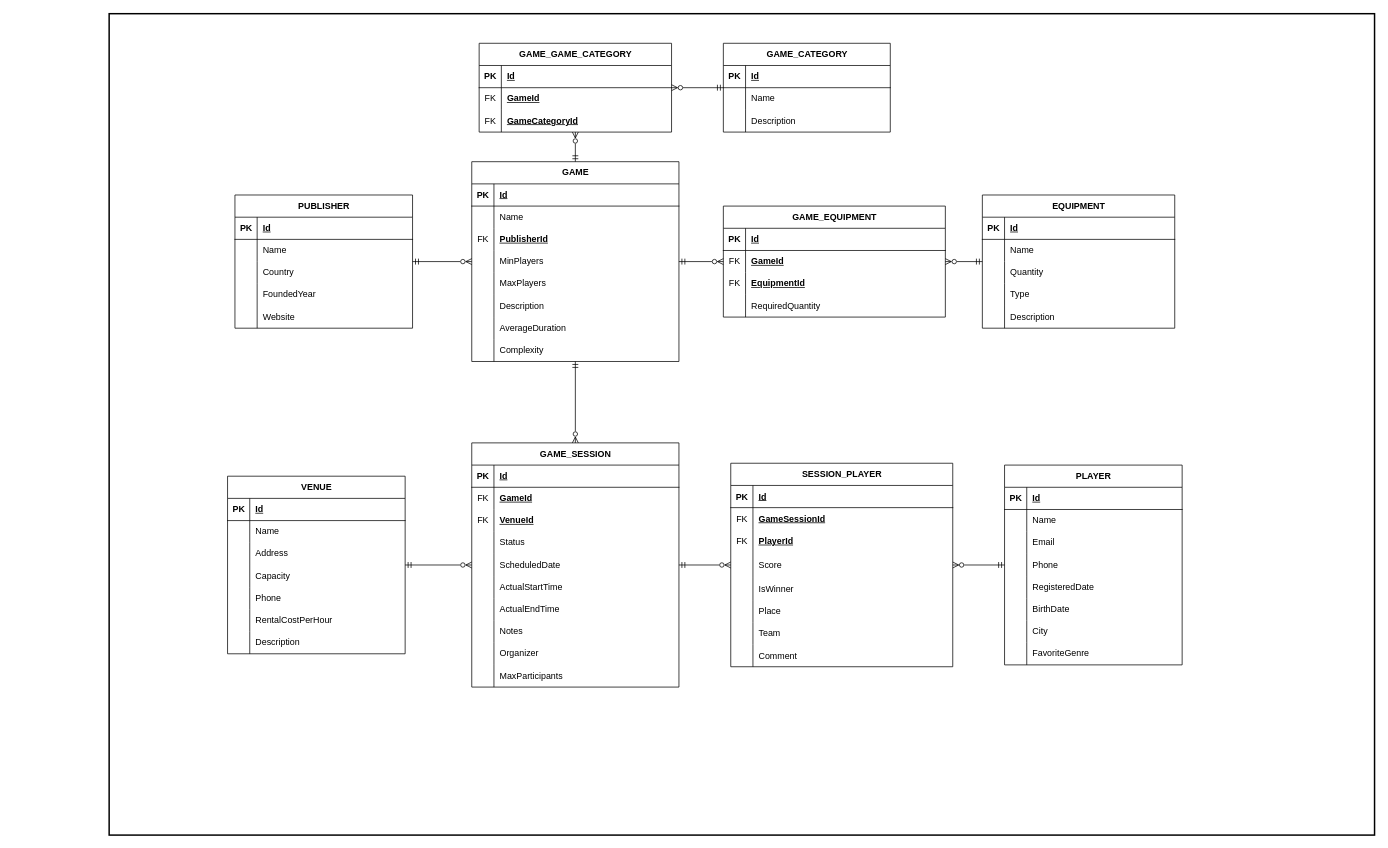
Earlier version of the draw.io diagram page "2. Диаграмма Мартина (Crow's Foot)" (2 of 3) of отчет/диаграммы.drawio (akostt/games-sharp). Source tidied: cells renumbered, new cells numbered last; positions are measured from the earlier drawing's top-left corner, leaving out a move shared by most shapes. Both pictures are drawn from the tidied source at 74%, with x=0, y=0 at pixel (109, 13).
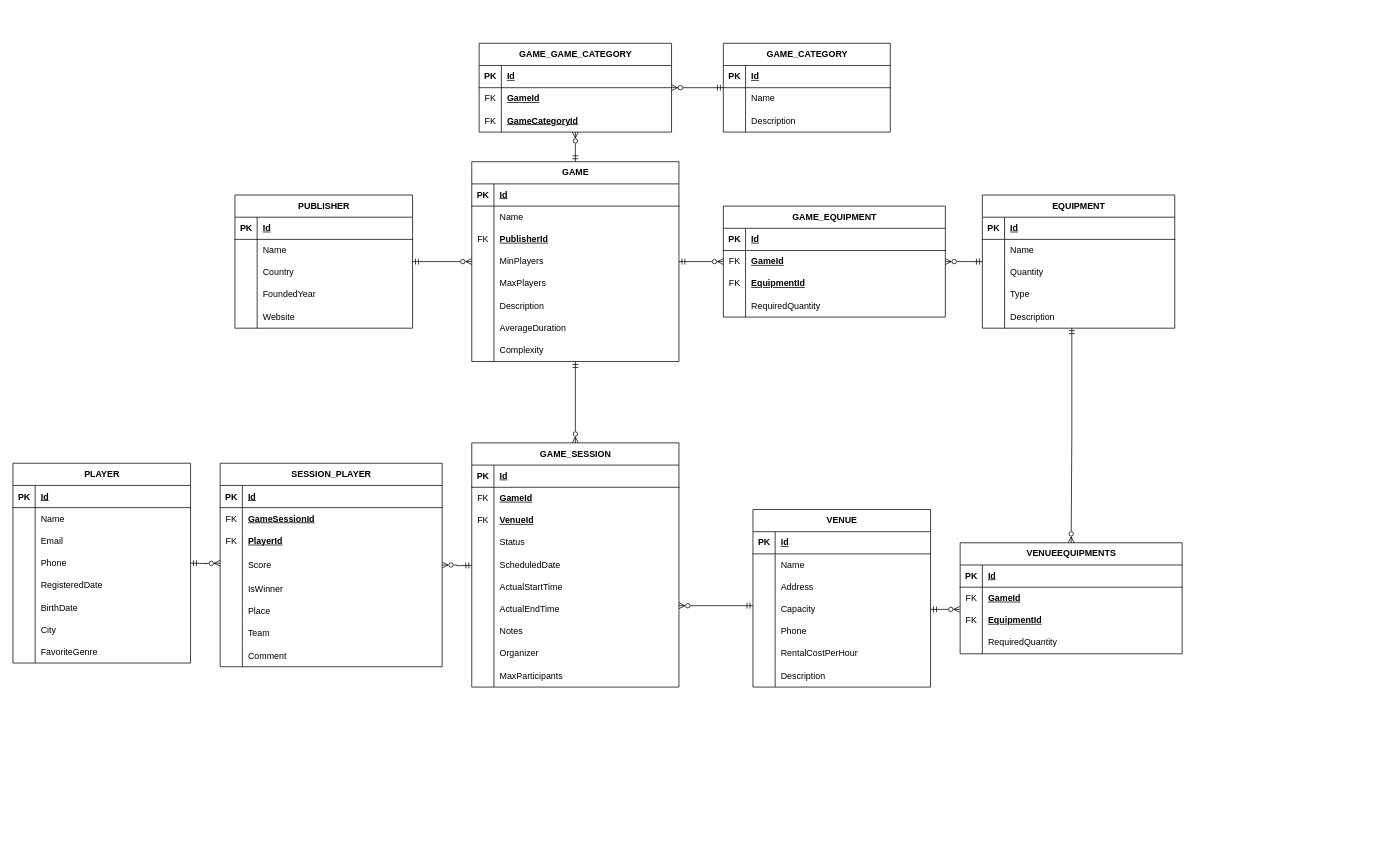
The same page after the edit.

The change refers to these unchanged cells:
```xml
<mxCell id="67" style="shape=tableRow;horizontal=0;startSize=0;swimlaneHead=0;swimlaneBody=0;fillColor=none;points=[[0,0.5],[1,0.5]];portConstraint=eastwest;top=0;left=0;right=0;bottom=0;" parent="54" vertex="1">
  <mxGeometry y="150" width="260" height="30" as="geometry" />
</mxCell>
<mxCell id="103" style="shape=tableRow;horizontal=0;startSize=0;swimlaneHead=0;swimlaneBody=0;fillColor=none;points=[[0,0.5],[1,0.5]];portConstraint=eastwest;top=0;left=0;right=0;bottom=0;" parent="93" vertex="1">
  <mxGeometry y="120" width="240" height="30" as="geometry" />
</mxCell>
<mxCell id="115" value="GAME_SESSION" style="shape=table;startSize=30;childLayout=tableLayout;rowLines=0;fontStyle=1;align=center;html=1;" parent="1" vertex="1">
  <mxGeometry x="490" y="580" width="280" height="330" as="geometry" />
</mxCell>
<mxCell id="181" style="shape=tableRow;horizontal=0;startSize=0;swimlaneHead=0;swimlaneBody=0;fillColor=none;points=[[0,0.5],[1,0.5]];portConstraint=eastwest;top=0;left=0;right=0;bottom=0;" parent="171" vertex="1">
  <mxGeometry y="120" width="300" height="35" as="geometry" />
</mxCell>
```

What changed in the source:
```diff
@@
-    <mxCell id="2" style="shape=rectangle;whiteSpace=wrap;html=1;strokeColor=#000000;fillColor=none;strokeWidth=2;" parent="1" vertex="1">
-      <mxGeometry width="1710" height="1110" as="geometry" />
-    </mxCell>
@@
     <mxCell id="93" value="VENUE" style="shape=table;startSize=30;childLayout=tableLayout;rowLines=0;fontStyle=1;align=center;html=1;" parent="1" vertex="1">
-      <mxGeometry x="160" y="625" width="240" height="240" as="geometry" />
+      <mxGeometry x="870" y="670" width="240" height="240" as="geometry" />
     </mxCell>
@@
     <mxCell id="146" value="PLAYER" style="shape=table;startSize=30;childLayout=tableLayout;rowLines=0;fontStyle=1;align=center;html=1;" parent="1" vertex="1">
-      <mxGeometry x="1210" y="610" width="240" height="270" as="geometry" />
+      <mxGeometry x="-130" y="607.5" width="240" height="270" as="geometry" />
     </mxCell>
@@
     <mxCell id="171" value="SESSION_PLAYER" style="shape=table;startSize=30;childLayout=tableLayout;rowLines=0;fontStyle=1;align=center;html=1;" parent="1" vertex="1">
-      <mxGeometry x="840" y="607.5" width="300" height="275" as="geometry" />
+      <mxGeometry x="150" y="607.5" width="300" height="275" as="geometry" />
     </mxCell>
@@
-    <mxCell id="202" style="edgeStyle=orthogonalEdgeStyle;rounded=0;jettySize=auto;html=1;startArrow=ERmandOne;startFill=0;endArrow=ERzeroToMany;endFill=0;" parent="1" edge="1" source="93" target="115">
-      <mxGeometry relative="1" as="geometry" />
+    <mxCell id="202" style="edgeStyle=orthogonalEdgeStyle;rounded=0;jettySize=auto;html=1;startArrow=ERmandOne;startFill=0;endArrow=ERzeroToMany;endFill=0;" parent="1" edge="1" source="93">
+      <mxGeometry relative="1" as="geometry">
+        <mxPoint x="770" y="800" as="targetPoint" />
+        <Array as="points">
+          <mxPoint x="770" y="800" />
+        </Array>
+      </mxGeometry>
     </mxCell>
-    <mxCell id="203" style="edgeStyle=orthogonalEdgeStyle;rounded=0;jettySize=auto;html=1;startArrow=ERmandOne;startFill=0;endArrow=ERzeroToMany;endFill=0;" parent="1" edge="1" source="115" target="171">
-      <mxGeometry relative="1" as="geometry" />
+    <mxCell id="203" style="edgeStyle=orthogonalEdgeStyle;rounded=0;jettySize=auto;html=1;startArrow=ERmandOne;startFill=0;endArrow=ERzeroToMany;endFill=0;entryX=1;entryY=0.5;entryDx=0;entryDy=0;" parent="1" edge="1" target="181">
+      <mxGeometry relative="1" as="geometry">
+        <mxPoint x="490" y="745.5" as="sourcePoint" />
+      </mxGeometry>
     </mxCell>
-    <mxCell id="204" style="edgeStyle=orthogonalEdgeStyle;rounded=0;jettySize=auto;html=1;startArrow=ERmandOne;startFill=0;endArrow=ERzeroToMany;endFill=0;" parent="1" edge="1" source="146" target="171">
-      <mxGeometry relative="1" as="geometry" />
+    <mxCell id="204" style="edgeStyle=orthogonalEdgeStyle;rounded=0;orthogonalLoop=1;jettySize=auto;html=1;startArrow=ERmandOne;startFill=0;endArrow=ERzeroToMany;endFill=0;exitX=1;exitY=0.5;exitDx=0;exitDy=0;" parent="1" edge="1">
+      <mxGeometry relative="1" as="geometry">
+        <mxPoint x="110" y="742.5" as="sourcePoint" />
+        <mxPoint x="150" y="742.5" as="targetPoint" />
+      </mxGeometry>
     </mxCell>
+    <mxCell id="205" value="VENUEEQUIPMENTS" style="shape=table;startSize=30;childLayout=tableLayout;rowLines=0;fontStyle=1;align=center;html=1;" parent="1" vertex="1">
+      <mxGeometry x="1150" y="715" width="300" height="150" as="geometry" />
+    </mxCell>
+    <mxCell id="206" style="shape=tableRow;horizontal=0;startSize=0;swimlaneHead=0;swimlaneBody=0;fillColor=none;top=0;left=0;right=0;bottom=1;" parent="205" vertex="1">
+      <mxGeometry y="30" width="300" height="30" as="geometry" />
+    </mxCell>
+    <mxCell id="207" value="PK" style="shape=partialRectangle;fillColor=none;top=0;left=0;bottom=0;right=0;fontStyle=1;html=1;" parent="206" vertex="1">
+      <mxGeometry width="30" height="30" as="geometry" />
+    </mxCell>
+    <mxCell id="208" value="Id" style="shape=partialRectangle;fillColor=none;top=0;left=0;bottom=0;right=0;align=left;spacingLeft=6;fontStyle=5;html=1;" parent="206" vertex="1">
+      <mxGeometry x="30" width="270" height="30" as="geometry" />
+    </mxCell>
+    <mxCell id="209" style="shape=tableRow;horizontal=0;startSize=0;swimlaneHead=0;swimlaneBody=0;fillColor=none;top=0;left=0;right=0;bottom=0;" parent="205" vertex="1">
+      <mxGeometry y="60" width="300" height="30" as="geometry" />
+    </mxCell>
+    <mxCell id="210" value="FK" style="shape=partialRectangle;fillColor=none;top=0;left=0;bottom=0;right=0;html=1;" parent="209" vertex="1">
+      <mxGeometry width="30" height="30" as="geometry" />
+    </mxCell>
+    <mxCell id="211" value="GameId" style="shape=partialRectangle;fillColor=none;top=0;left=0;bottom=0;right=0;align=left;spacingLeft=6;fontStyle=5;html=1;" parent="209" vertex="1">
+      <mxGeometry x="30" width="270" height="30" as="geometry" />
+    </mxCell>
+    <mxCell id="212" style="shape=tableRow;horizontal=0;startSize=0;swimlaneHead=0;swimlaneBody=0;fillColor=none;points=[[0,0.5],[1,0.5]];portConstraint=eastwest;top=0;left=0;right=0;bottom=0;" parent="205" vertex="1">
+      <mxGeometry y="90" width="300" height="30" as="geometry" />
+    </mxCell>
+    <mxCell id="213" value="FK" style="shape=partialRectangle;fillColor=none;top=0;left=0;bottom=0;right=0;html=1;" parent="212" vertex="1">
+      <mxGeometry width="30" height="30" as="geometry" />
+    </mxCell>
+    <mxCell id="214" value="EquipmentId" style="shape=partialRectangle;fillColor=none;top=0;left=0;bottom=0;right=0;align=left;spacingLeft=6;fontStyle=5;html=1;" parent="212" vertex="1">
+      <mxGeometry x="30" width="270" height="30" as="geometry" />
+    </mxCell>
+    <mxCell id="215" style="shape=tableRow;horizontal=0;startSize=0;swimlaneHead=0;swimlaneBody=0;fillColor=none;top=0;left=0;right=0;bottom=0;" parent="205" vertex="1">
+      <mxGeometry y="120" width="300" height="30" as="geometry" />
+    </mxCell>
+    <mxCell id="216" style="shape=partialRectangle;fillColor=none;top=0;left=0;bottom=0;right=0;html=1;" parent="215" vertex="1">
+      <mxGeometry width="30" height="30" as="geometry" />
+    </mxCell>
+    <mxCell id="217" value="RequiredQuantity" style="shape=partialRectangle;fillColor=none;top=0;left=0;bottom=0;right=0;align=left;spacingLeft=6;html=1;" parent="215" vertex="1">
+      <mxGeometry x="30" width="270" height="30" as="geometry" />
+    </mxCell>
+    <mxCell id="218" style="edgeStyle=orthogonalEdgeStyle;rounded=0;jettySize=auto;html=1;startArrow=ERmandOne;startFill=0;endArrow=ERzeroToMany;endFill=0;entryX=-0.002;entryY=0.017;entryDx=0;entryDy=0;exitX=1;exitY=0.5;exitDx=0;exitDy=0;entryPerimeter=0;" parent="1" edge="1" source="103" target="212">
+      <mxGeometry relative="1" as="geometry" />
+    </mxCell>
+    <mxCell id="219" style="edgeStyle=orthogonalEdgeStyle;rounded=0;jettySize=auto;html=1;startArrow=ERmandOne;startFill=0;endArrow=ERzeroToMany;endFill=0;entryX=0.5;entryY=0;entryDx=0;entryDy=0;exitX=0.465;exitY=0.978;exitDx=0;exitDy=0;exitPerimeter=0;" parent="1" edge="1" source="67" target="205">
+      <mxGeometry relative="1" as="geometry" />
+    </mxCell>
```
